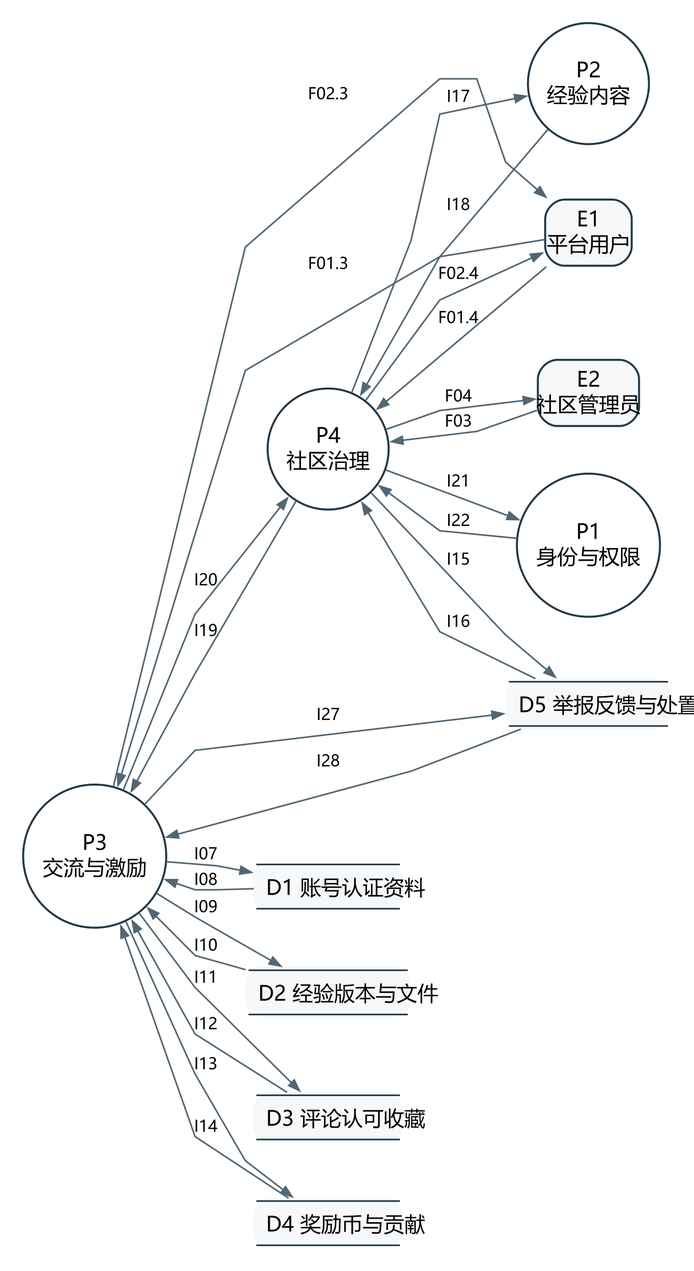
This is docs/project/models/图表与模型/DFD02.png from jason-bitc/HZCU-CampusHub, a Graphviz export, as it was before one commit. Its source is kept beside it as docs/project/models/图表与模型/DFD02.dot.
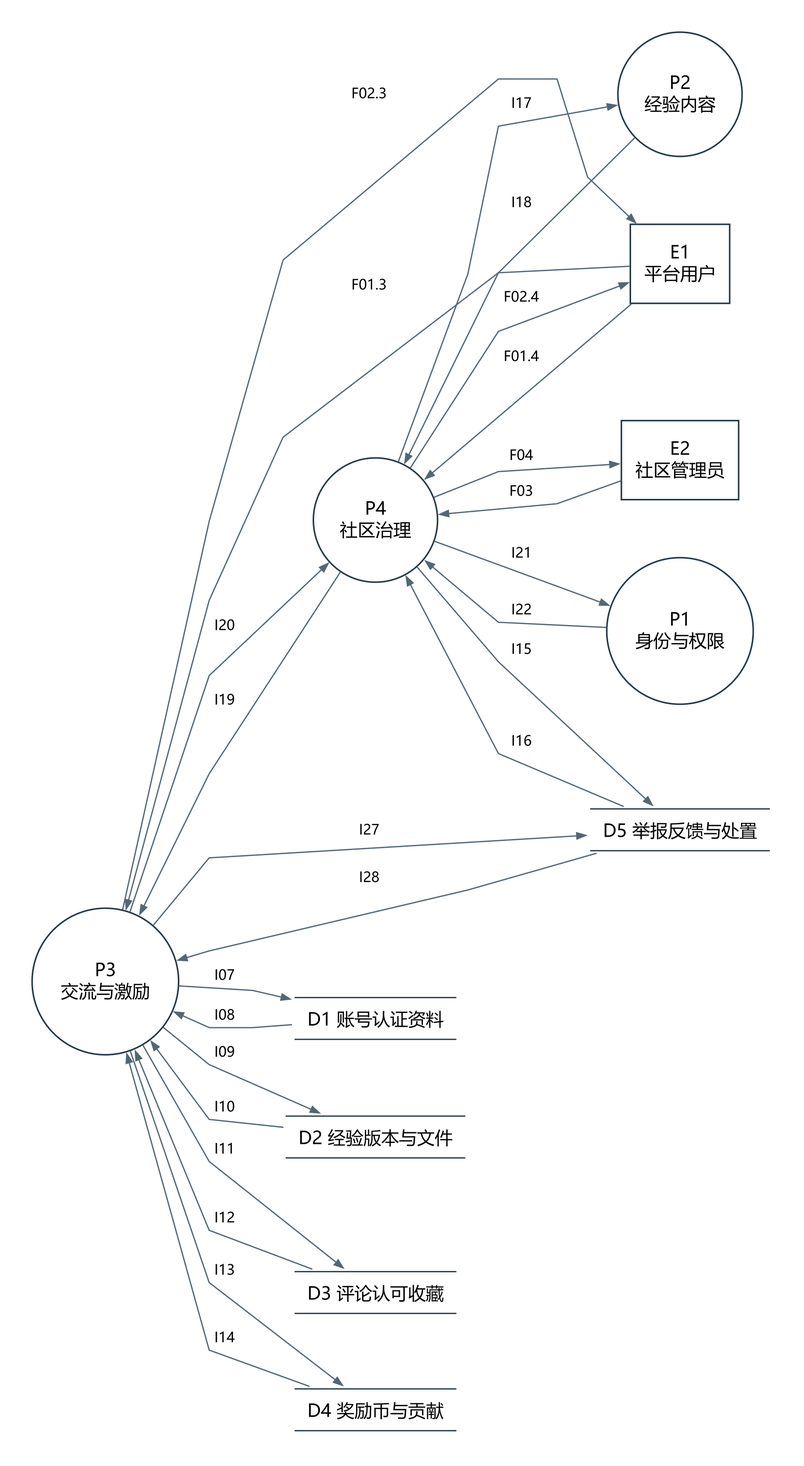
Above is the later version.

Diff of the diagram source:
```diff
@@ -1,40 +1,40 @@
 digraph G {
-graph [rankdir=LR,nodesep=0.30,ranksep=0.48,bgcolor="white",splines=polyline,pad=0.20];
-node [fontname="Microsoft YaHei",fontsize=13,color="#223846",penwidth=1.25,margin="0.10,0.07",style="rounded,filled",fillcolor="#F6F8FA"];
-edge [fontname="Microsoft YaHei",fontsize=10,color="#526775",arrowsize=0.7];
-"P3" [shape=circle,label="P3\n交流与激励",style="filled",fillcolor="white"];
-"P4" [shape=circle,label="P4\n社区治理",style="filled",fillcolor="white"];
-"E1" [shape=box,label="E1\n平台用户"];
-"E2" [shape=box,label="E2\n社区管理员"];
-"D1" [shape=plain,label=<<TABLE BORDER="0" CELLBORDER="0" CELLPADDING="5"><TR><TD BORDER="1" SIDES="TB">D1 账号认证资料</TD></TR></TABLE>>];
-"D2" [shape=plain,label=<<TABLE BORDER="0" CELLBORDER="0" CELLPADDING="5"><TR><TD BORDER="1" SIDES="TB">D2 经验版本与文件</TD></TR></TABLE>>];
-"D3" [shape=plain,label=<<TABLE BORDER="0" CELLBORDER="0" CELLPADDING="5"><TR><TD BORDER="1" SIDES="TB">D3 评论认可收藏</TD></TR></TABLE>>];
-"D4" [shape=plain,label=<<TABLE BORDER="0" CELLBORDER="0" CELLPADDING="5"><TR><TD BORDER="1" SIDES="TB">D4 奖励币与贡献</TD></TR></TABLE>>];
-"D5" [shape=plain,label=<<TABLE BORDER="0" CELLBORDER="0" CELLPADDING="5"><TR><TD BORDER="1" SIDES="TB">D5 举报反馈与处置</TD></TR></TABLE>>];
-"P1" [shape=circle,label="P1\n身份与权限",style="filled",fillcolor="white"];
-"P2" [shape=circle,label="P2\n经验内容",style="filled",fillcolor="white"];
-"E1" -> "P3" [label="F01.3"];
-"P3" -> "E1" [label="F02.3"];
-"E1" -> "P4" [label="F01.4"];
-"P4" -> "E1" [label="F02.4"];
-"E2" -> "P4" [label="F03"];
-"P4" -> "E2" [label="F04"];
-"P3" -> "D1" [label="I07"];
-"D1" -> "P3" [label="I08"];
-"P3" -> "D2" [label="I09"];
-"D2" -> "P3" [label="I10"];
-"P3" -> "D3" [label="I11"];
-"D3" -> "P3" [label="I12"];
-"P3" -> "D4" [label="I13"];
-"D4" -> "P3" [label="I14"];
-"P4" -> "D5" [label="I15"];
-"D5" -> "P4" [label="I16"];
-"P4" -> "P2" [label="I17"];
-"P2" -> "P4" [label="I18"];
-"P4" -> "P3" [label="I19"];
-"P3" -> "P4" [label="I20"];
-"P4" -> "P1" [label="I21"];
-"P1" -> "P4" [label="I22"];
-"P3" -> "D5" [label="I27"];
-"D5" -> "P3" [label="I28"];
+graph [rankdir=LR,nodesep=0.45,ranksep=0.65,bgcolor="white",splines=polyline,pad=0.35];
+node [fontname="Microsoft YaHei",fontsize=14,color="#223846",penwidth=1.2,margin="0.12,0.10",fillcolor="white",style="filled"];
+edge [fontname="Microsoft YaHei",fontsize=11,color="#526775",arrowsize=0.7];
+"P3" [shape=circle,label="P3\n交流与激励",width=1.597,height=1.597];
+"P4" [shape=circle,label="P4\n社区治理",width=1.354,height=1.354];
+"E1" [shape=box,label="E1\n平台用户",width=1.083,height=0.861];
+"E2" [shape=box,label="E2\n社区管理员",width=1.278,height=0.861];
+"D1" [shape=plain,label=<<TABLE BORDER="0" CELLBORDER="0" CELLPADDING="7" WIDTH="131"><TR><TD BORDER="1" SIDES="TB"><FONT FACE="Microsoft YaHei" POINT-SIZE="14">D1 账号认证资料</FONT></TD></TR></TABLE>>];
+"D2" [shape=plain,label=<<TABLE BORDER="0" CELLBORDER="0" CELLPADDING="7" WIDTH="145"><TR><TD BORDER="1" SIDES="TB"><FONT FACE="Microsoft YaHei" POINT-SIZE="14">D2 经验版本与文件</FONT></TD></TR></TABLE>>];
+"D3" [shape=plain,label=<<TABLE BORDER="0" CELLBORDER="0" CELLPADDING="7" WIDTH="131"><TR><TD BORDER="1" SIDES="TB"><FONT FACE="Microsoft YaHei" POINT-SIZE="14">D3 评论认可收藏</FONT></TD></TR></TABLE>>];
+"D4" [shape=plain,label=<<TABLE BORDER="0" CELLBORDER="0" CELLPADDING="7" WIDTH="131"><TR><TD BORDER="1" SIDES="TB"><FONT FACE="Microsoft YaHei" POINT-SIZE="14">D4 奖励币与贡献</FONT></TD></TR></TABLE>>];
+"D5" [shape=plain,label=<<TABLE BORDER="0" CELLBORDER="0" CELLPADDING="7" WIDTH="145"><TR><TD BORDER="1" SIDES="TB"><FONT FACE="Microsoft YaHei" POINT-SIZE="14">D5 举报反馈与处置</FONT></TD></TR></TABLE>>];
+"P1" [shape=circle,label="P1\n身份与权限",width=1.597,height=1.597];
+"P2" [shape=circle,label="P2\n经验内容",width=1.354,height=1.354];
+"E1" -> "P3" [label=<<TABLE BORDER="0" CELLBORDER="0" CELLPADDING="2" WIDTH="46"><TR><TD><FONT FACE="Microsoft YaHei" POINT-SIZE="11">F01.3</FONT></TD></TR></TABLE>>];
+"P3" -> "E1" [label=<<TABLE BORDER="0" CELLBORDER="0" CELLPADDING="2" WIDTH="46"><TR><TD><FONT FACE="Microsoft YaHei" POINT-SIZE="11">F02.3</FONT></TD></TR></TABLE>>];
+"E1" -> "P4" [label=<<TABLE BORDER="0" CELLBORDER="0" CELLPADDING="2" WIDTH="46"><TR><TD><FONT FACE="Microsoft YaHei" POINT-SIZE="11">F01.4</FONT></TD></TR></TABLE>>];
+"P4" -> "E1" [label=<<TABLE BORDER="0" CELLBORDER="0" CELLPADDING="2" WIDTH="46"><TR><TD><FONT FACE="Microsoft YaHei" POINT-SIZE="11">F02.4</FONT></TD></TR></TABLE>>];
+"E2" -> "P4" [label=<<TABLE BORDER="0" CELLBORDER="0" CELLPADDING="2" WIDTH="37"><TR><TD><FONT FACE="Microsoft YaHei" POINT-SIZE="11">F03</FONT></TD></TR></TABLE>>];
+"P4" -> "E2" [label=<<TABLE BORDER="0" CELLBORDER="0" CELLPADDING="2" WIDTH="37"><TR><TD><FONT FACE="Microsoft YaHei" POINT-SIZE="11">F04</FONT></TD></TR></TABLE>>];
+"P3" -> "D1" [label=<<TABLE BORDER="0" CELLBORDER="0" CELLPADDING="2" WIDTH="34"><TR><TD><FONT FACE="Microsoft YaHei" POINT-SIZE="11">I07</FONT></TD></TR></TABLE>>];
+"D1" -> "P3" [label=<<TABLE BORDER="0" CELLBORDER="0" CELLPADDING="2" WIDTH="34"><TR><TD><FONT FACE="Microsoft YaHei" POINT-SIZE="11">I08</FONT></TD></TR></TABLE>>];
+"P3" -> "D2" [label=<<TABLE BORDER="0" CELLBORDER="0" CELLPADDING="2" WIDTH="34"><TR><TD><FONT FACE="Microsoft YaHei" POINT-SIZE="11">I09</FONT></TD></TR></TABLE>>];
+"D2" -> "P3" [label=<<TABLE BORDER="0" CELLBORDER="0" CELLPADDING="2" WIDTH="34"><TR><TD><FONT FACE="Microsoft YaHei" POINT-SIZE="11">I10</FONT></TD></TR></TABLE>>];
+"P3" -> "D3" [label=<<TABLE BORDER="0" CELLBORDER="0" CELLPADDING="2" WIDTH="34"><TR><TD><FONT FACE="Microsoft YaHei" POINT-SIZE="11">I11</FONT></TD></TR></TABLE>>];
+"D3" -> "P3" [label=<<TABLE BORDER="0" CELLBORDER="0" CELLPADDING="2" WIDTH="34"><TR><TD><FONT FACE="Microsoft YaHei" POINT-SIZE="11">I12</FONT></TD></TR></TABLE>>];
+"P3" -> "D4" [label=<<TABLE BORDER="0" CELLBORDER="0" CELLPADDING="2" WIDTH="34"><TR><TD><FONT FACE="Microsoft YaHei" POINT-SIZE="11">I13</FONT></TD></TR></TABLE>>];
+"D4" -> "P3" [label=<<TABLE BORDER="0" CELLBORDER="0" CELLPADDING="2" WIDTH="34"><TR><TD><FONT FACE="Microsoft YaHei" POINT-SIZE="11">I14</FONT></TD></TR></TABLE>>];
+"P4" -> "D5" [label=<<TABLE BORDER="0" CELLBORDER="0" CELLPADDING="2" WIDTH="34"><TR><TD><FONT FACE="Microsoft YaHei" POINT-SIZE="11">I15</FONT></TD></TR></TABLE>>];
+"D5" -> "P4" [label=<<TABLE BORDER="0" CELLBORDER="0" CELLPADDING="2" WIDTH="34"><TR><TD><FONT FACE="Microsoft YaHei" POINT-SIZE="11">I16</FONT></TD></TR></TABLE>>];
+"P4" -> "P2" [label=<<TABLE BORDER="0" CELLBORDER="0" CELLPADDING="2" WIDTH="34"><TR><TD><FONT FACE="Microsoft YaHei" POINT-SIZE="11">I17</FONT></TD></TR></TABLE>>];
+"P2" -> "P4" [label=<<TABLE BORDER="0" CELLBORDER="0" CELLPADDING="2" WIDTH="34"><TR><TD><FONT FACE="Microsoft YaHei" POINT-SIZE="11">I18</FONT></TD></TR></TABLE>>];
+"P4" -> "P3" [label=<<TABLE BORDER="0" CELLBORDER="0" CELLPADDING="2" WIDTH="34"><TR><TD><FONT FACE="Microsoft YaHei" POINT-SIZE="11">I19</FONT></TD></TR></TABLE>>];
+"P3" -> "P4" [label=<<TABLE BORDER="0" CELLBORDER="0" CELLPADDING="2" WIDTH="34"><TR><TD><FONT FACE="Microsoft YaHei" POINT-SIZE="11">I20</FONT></TD></TR></TABLE>>];
+"P4" -> "P1" [label=<<TABLE BORDER="0" CELLBORDER="0" CELLPADDING="2" WIDTH="34"><TR><TD><FONT FACE="Microsoft YaHei" POINT-SIZE="11">I21</FONT></TD></TR></TABLE>>];
+"P1" -> "P4" [label=<<TABLE BORDER="0" CELLBORDER="0" CELLPADDING="2" WIDTH="34"><TR><TD><FONT FACE="Microsoft YaHei" POINT-SIZE="11">I22</FONT></TD></TR></TABLE>>];
+"P3" -> "D5" [label=<<TABLE BORDER="0" CELLBORDER="0" CELLPADDING="2" WIDTH="34"><TR><TD><FONT FACE="Microsoft YaHei" POINT-SIZE="11">I27</FONT></TD></TR></TABLE>>];
+"D5" -> "P3" [label=<<TABLE BORDER="0" CELLBORDER="0" CELLPADDING="2" WIDTH="34"><TR><TD><FONT FACE="Microsoft YaHei" POINT-SIZE="11">I28</FONT></TD></TR></TABLE>>];
 }
```
